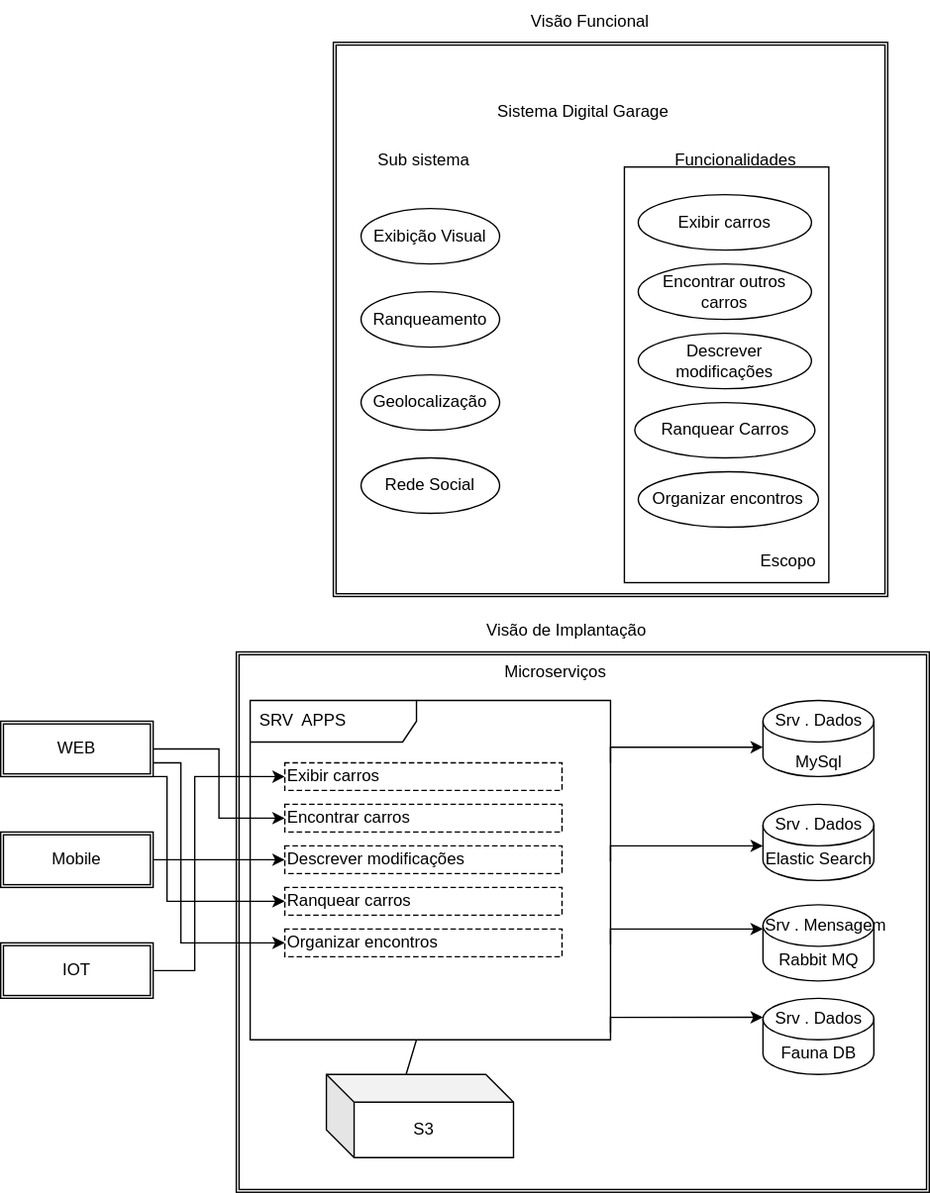
Above: Diagrama sem nome-Funcional / Implantação.drawio.svg in BrendonAlc/Arquitetura-de-Software (draw.io), before the change. Source tidied: cells renumbered, new cells last; positions are measured from the earlier drawing's top-left corner, leaving out a move shared by most shapes.
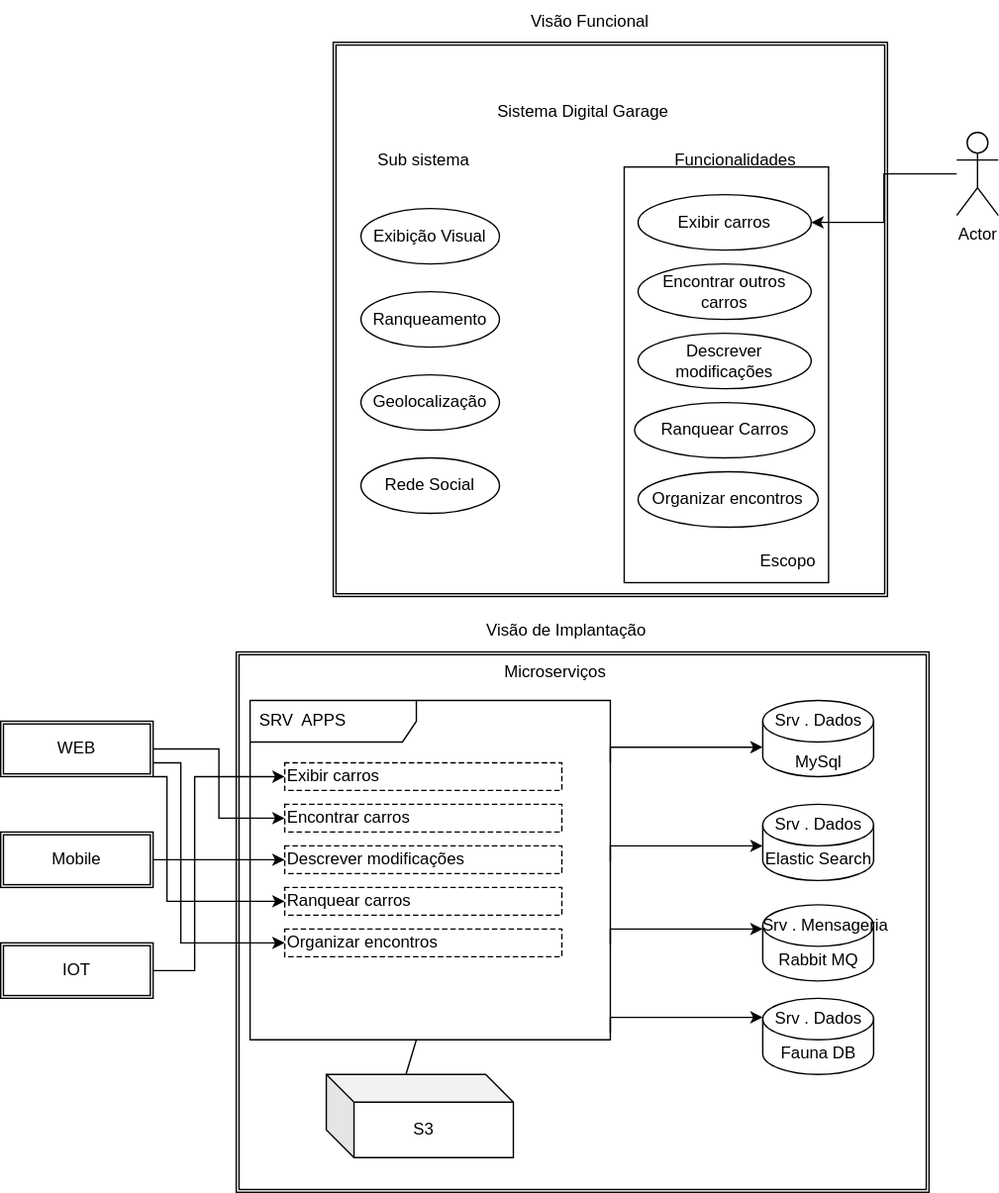
Above is the later version.

What changed in the source:
```diff
@@ -154,7 +154,7 @@
     <mxCell id="40" value="Srv . Dados" style="text;html=1;align=center;verticalAlign=middle;fillColor=none;strokeColor=none;rounded=0;" parent="1" vertex="1">
       <mxGeometry x="545" y="505" width="90" height="30" as="geometry" />
     </mxCell>
-    <mxCell id="41" value="Srv . Mensagem" style="text;html=1;align=center;verticalAlign=middle;fillColor=none;strokeColor=none;rounded=0;" parent="1" vertex="1">
+    <mxCell id="41" value="Srv . Mensageria" style="text;html=1;align=center;verticalAlign=middle;fillColor=none;strokeColor=none;rounded=0;" parent="1" vertex="1">
       <mxGeometry x="540" y="652.5" width="110" height="30" as="geometry" />
     </mxCell>
     <mxCell id="42" value="Srv . Dados" style="text;html=1;align=center;verticalAlign=middle;fillColor=none;strokeColor=none;rounded=0;" parent="1" vertex="1">
@@ -203,5 +203,11 @@
         </Array>
       </mxGeometry>
     </mxCell>
+    <mxCell id="54" style="edgeStyle=orthogonalEdgeStyle;rounded=0;jettySize=auto;html=1;entryX=1;entryY=0.5;entryDx=0;entryDy=0;" parent="1" edge="1" source="55" target="45">
+      <mxGeometry relative="1" as="geometry" />
+    </mxCell>
+    <mxCell id="55" value="Actor" style="shape=umlActor;verticalLabelPosition=bottom;verticalAlign=top;html=1;outlineConnect=0;" parent="1" vertex="1">
+      <mxGeometry x="690" y="95" width="30" height="60" as="geometry" />
+    </mxCell>
   </root>
 </mxGraphModel>
```
